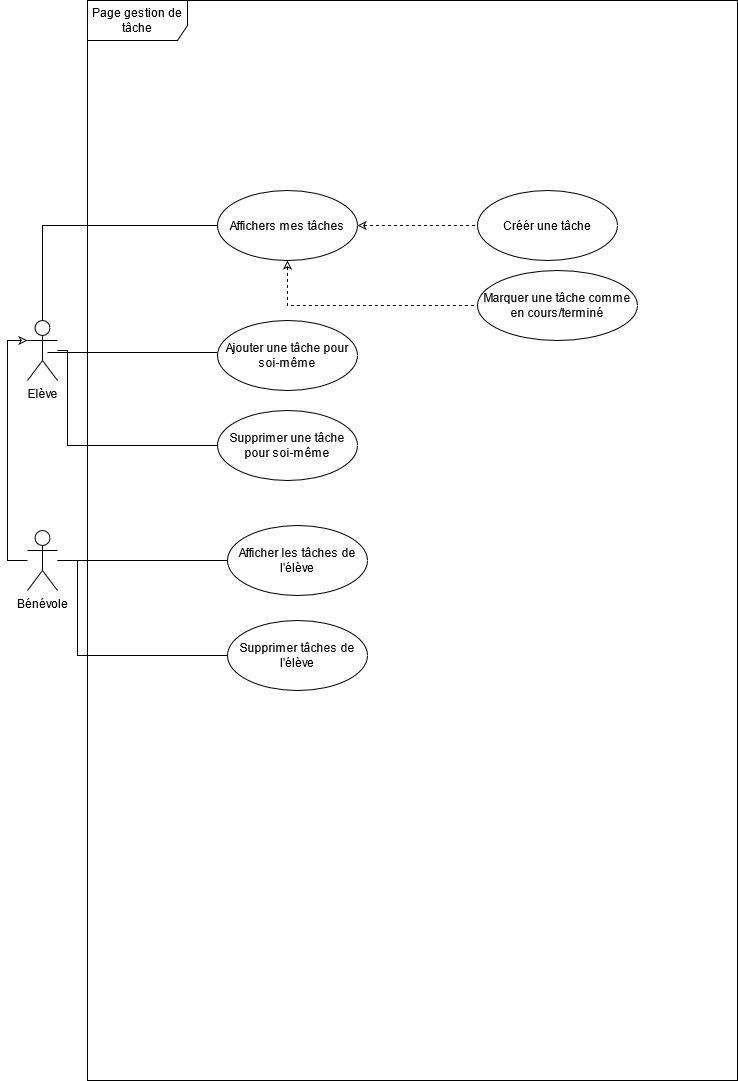
Earlier version of the draw.io export UML/uml_page_gestion_de_tache.png (Dany-cm/P3_Designez_une_application). Source tidied: cells renumbered, new cells last; positions are measured from the earlier drawing's top-left corner, leaving out a move shared by most shapes. Source of this version:
```xml
<mxGraphModel>
  <root>
    <mxCell id="0" />
    <mxCell id="1" parent="0" />
    <mxCell id="2" style="edgeStyle=orthogonalEdgeStyle;rounded=0;sketch=0;jettySize=auto;html=1;entryX=0;entryY=0.5;entryDx=0;entryDy=0;endArrow=none;endFill=0;" parent="1" edge="1" source="4" target="10">
      <mxGeometry relative="1" as="geometry">
        <Array as="points">
          <mxPoint x="35" y="225" />
        </Array>
      </mxGeometry>
    </mxCell>
    <mxCell id="3" style="edgeStyle=orthogonalEdgeStyle;rounded=0;sketch=0;jettySize=auto;html=1;entryX=0;entryY=0.5;entryDx=0;entryDy=0;endArrow=none;endFill=0;" parent="1" edge="1" source="4" target="16">
      <mxGeometry relative="1" as="geometry">
        <Array as="points">
          <mxPoint x="60" y="350" />
          <mxPoint x="60" y="445" />
        </Array>
      </mxGeometry>
    </mxCell>
    <mxCell id="4" value="Elève" style="shape=umlActor;verticalLabelPosition=bottom;verticalAlign=top;html=1;" parent="1" vertex="1">
      <mxGeometry x="20" y="320" width="30" height="60" as="geometry" />
    </mxCell>
    <mxCell id="5" value="Page gestion de tâche" style="shape=umlFrame;whiteSpace=wrap;html=1;width=100;height=40;" parent="1" vertex="1">
      <mxGeometry x="80" width="650" height="1080" as="geometry" />
    </mxCell>
    <mxCell id="6" value="Ajouter une tâche pour soi-même" style="ellipse;whiteSpace=wrap;html=1;" parent="1" vertex="1">
      <mxGeometry x="210" y="320" width="140" height="70" as="geometry" />
    </mxCell>
    <mxCell id="7" style="line;strokeWidth=1;fillColor=none;align=left;verticalAlign=middle;spacingTop=-1;spacingLeft=3;spacingRight=3;labelPosition=right;" parent="1" vertex="1">
      <mxGeometry x="40" y="350" width="170" height="4" as="geometry" />
    </mxCell>
    <mxCell id="8" style="edgeStyle=orthogonalEdgeStyle;rounded=0;sketch=0;jettySize=auto;html=1;dashed=1;startArrow=classic;startFill=0;endArrow=none;endFill=0;" parent="1" edge="1" source="10" target="18">
      <mxGeometry relative="1" as="geometry" />
    </mxCell>
    <mxCell id="9" style="edgeStyle=orthogonalEdgeStyle;rounded=0;sketch=0;jettySize=auto;html=1;entryX=0;entryY=0.5;entryDx=0;entryDy=0;dashed=1;startArrow=classic;startFill=0;endArrow=none;endFill=0;" parent="1" edge="1" source="10" target="19">
      <mxGeometry relative="1" as="geometry">
        <Array as="points">
          <mxPoint x="280" y="305" />
        </Array>
      </mxGeometry>
    </mxCell>
    <mxCell id="10" value="Affichers mes tâches" style="ellipse;whiteSpace=wrap;html=1;" parent="1" vertex="1">
      <mxGeometry x="210" y="190" width="140" height="70" as="geometry" />
    </mxCell>
    <mxCell id="11" value="Afficher les tâches de l'élève" style="ellipse;whiteSpace=wrap;html=1;" parent="1" vertex="1">
      <mxGeometry x="220" y="525" width="140" height="70" as="geometry" />
    </mxCell>
    <mxCell id="12" style="edgeStyle=orthogonalEdgeStyle;rounded=0;sketch=0;jettySize=auto;html=1;entryX=0;entryY=0.3333333333333333;entryDx=0;entryDy=0;entryPerimeter=0;endArrow=classic;endFill=0;" parent="1" edge="1" source="15" target="4">
      <mxGeometry relative="1" as="geometry">
        <Array as="points">
          <mxPoint y="560" />
          <mxPoint y="340" />
        </Array>
      </mxGeometry>
    </mxCell>
    <mxCell id="13" style="edgeStyle=orthogonalEdgeStyle;rounded=0;sketch=0;jettySize=auto;html=1;endArrow=none;endFill=0;" parent="1" edge="1" source="15" target="11">
      <mxGeometry relative="1" as="geometry" />
    </mxCell>
    <mxCell id="14" style="edgeStyle=orthogonalEdgeStyle;rounded=0;sketch=0;jettySize=auto;html=1;entryX=0;entryY=0.5;entryDx=0;entryDy=0;endArrow=none;endFill=0;" parent="1" edge="1" source="15" target="17">
      <mxGeometry relative="1" as="geometry">
        <Array as="points">
          <mxPoint x="70" y="560" />
          <mxPoint x="70" y="655" />
        </Array>
      </mxGeometry>
    </mxCell>
    <mxCell id="15" value="Bénévole" style="shape=umlActor;verticalLabelPosition=bottom;verticalAlign=top;html=1;" parent="1" vertex="1">
      <mxGeometry x="20" y="530" width="30" height="60" as="geometry" />
    </mxCell>
    <mxCell id="16" value="Supprimer une tâche pour soi-même" style="ellipse;whiteSpace=wrap;html=1;" parent="1" vertex="1">
      <mxGeometry x="210" y="410" width="140" height="70" as="geometry" />
    </mxCell>
    <mxCell id="17" value="Supprimer tâches de l'élève" style="ellipse;whiteSpace=wrap;html=1;" parent="1" vertex="1">
      <mxGeometry x="220" y="620" width="140" height="70" as="geometry" />
    </mxCell>
    <mxCell id="18" value="Créér une tâche" style="ellipse;whiteSpace=wrap;html=1;" parent="1" vertex="1">
      <mxGeometry x="470" y="190" width="140" height="70" as="geometry" />
    </mxCell>
    <mxCell id="19" value="Marquer une tâche comme en cours/terminé" style="ellipse;whiteSpace=wrap;html=1;" parent="1" vertex="1">
      <mxGeometry x="470" y="270" width="160" height="70" as="geometry" />
    </mxCell>
  </root>
</mxGraphModel>
```
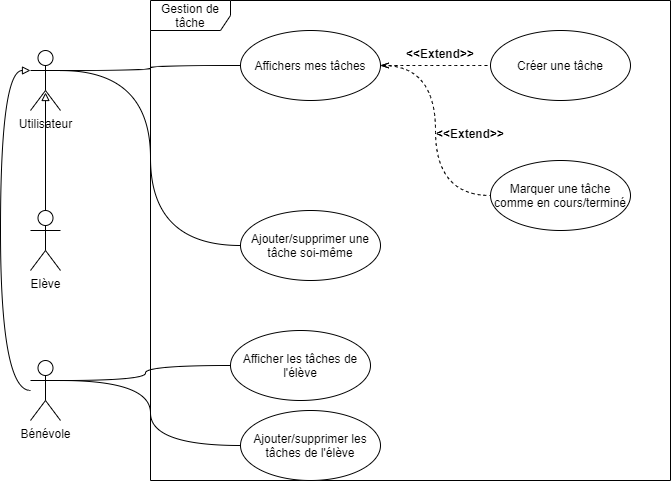
After the change.

The edit, as a diff of the source:
```diff
@@ -2,82 +2,70 @@
   <root>
     <mxCell id="0" />
     <mxCell id="1" parent="0" />
-    <mxCell id="2" style="edgeStyle=orthogonalEdgeStyle;rounded=0;sketch=0;jettySize=auto;html=1;entryX=0;entryY=0.5;entryDx=0;entryDy=0;endArrow=none;endFill=0;" parent="1" edge="1" source="4" target="10">
-      <mxGeometry relative="1" as="geometry">
-        <Array as="points">
-          <mxPoint x="35" y="225" />
-        </Array>
-      </mxGeometry>
-    </mxCell>
-    <mxCell id="3" style="edgeStyle=orthogonalEdgeStyle;rounded=0;sketch=0;jettySize=auto;html=1;entryX=0;entryY=0.5;entryDx=0;entryDy=0;endArrow=none;endFill=0;" parent="1" edge="1" source="4" target="16">
-      <mxGeometry relative="1" as="geometry">
-        <Array as="points">
-          <mxPoint x="60" y="350" />
-          <mxPoint x="60" y="445" />
-        </Array>
-      </mxGeometry>
-    </mxCell>
+    <mxCell id="20" value="Utilisateur" style="shape=umlActor;verticalLabelPosition=bottom;verticalAlign=top;html=1;" parent="1" vertex="1">
+      <mxGeometry y="270" width="30" height="60" as="geometry" />
+    </mxCell>
+    <mxCell id="21" style="edgeStyle=orthogonalEdgeStyle;curved=1;jettySize=auto;html=1;entryX=0.5;entryY=0.7;entryDx=0;entryDy=0;entryPerimeter=0;endArrow=block;endFill=0;" parent="1" edge="1" source="4" target="20">
+      <mxGeometry relative="1" as="geometry" />
+    </mxCell>
     <mxCell id="4" value="Elève" style="shape=umlActor;verticalLabelPosition=bottom;verticalAlign=top;html=1;" parent="1" vertex="1">
-      <mxGeometry x="20" y="320" width="30" height="60" as="geometry" />
+      <mxGeometry y="430" width="30" height="60" as="geometry" />
     </mxCell>
-    <mxCell id="5" value="Page gestion de tâche" style="shape=umlFrame;whiteSpace=wrap;html=1;width=100;height=40;" parent="1" vertex="1">
-      <mxGeometry x="80" width="650" height="1080" as="geometry" />
-    </mxCell>
-    <mxCell id="6" value="Ajouter une tâche pour soi-même" style="ellipse;whiteSpace=wrap;html=1;" parent="1" vertex="1">
-      <mxGeometry x="210" y="320" width="140" height="70" as="geometry" />
-    </mxCell>
-    <mxCell id="7" style="line;strokeWidth=1;fillColor=none;align=left;verticalAlign=middle;spacingTop=-1;spacingLeft=3;spacingRight=3;labelPosition=right;" parent="1" vertex="1">
-      <mxGeometry x="40" y="350" width="170" height="4" as="geometry" />
-    </mxCell>
-    <mxCell id="8" style="edgeStyle=orthogonalEdgeStyle;rounded=0;sketch=0;jettySize=auto;html=1;dashed=1;startArrow=classic;startFill=0;endArrow=none;endFill=0;" parent="1" edge="1" source="10" target="18">
-      <mxGeometry relative="1" as="geometry" />
-    </mxCell>
+    <mxCell id="22" style="edgeStyle=orthogonalEdgeStyle;curved=1;jettySize=auto;html=1;entryX=0;entryY=0.3333333333333333;entryDx=0;entryDy=0;entryPerimeter=0;endArrow=block;endFill=0;" parent="1" edge="1" source="15" target="20">
+      <mxGeometry relative="1" as="geometry">
+        <Array as="points">
+          <mxPoint x="-30" y="610" />
+          <mxPoint x="-30" y="290" />
+        </Array>
+      </mxGeometry>
+    </mxCell>
+    <mxCell id="15" value="Bénévole" style="shape=umlActor;verticalLabelPosition=bottom;verticalAlign=top;html=1;" parent="1" vertex="1">
+      <mxGeometry y="580" width="30" height="60" as="geometry" />
+    </mxCell>
+    <mxCell id="23" value="Gestion de tâche" style="shape=umlFrame;whiteSpace=wrap;html=1;width=80;height=30;" parent="1" vertex="1">
+      <mxGeometry x="120" y="220" width="520" height="480" as="geometry" />
+    </mxCell>
+    <mxCell id="24" style="edgeStyle=orthogonalEdgeStyle;curved=1;jettySize=auto;html=1;entryX=1;entryY=0.3333333333333333;entryDx=0;entryDy=0;entryPerimeter=0;startArrow=none;startFill=0;endArrow=none;endFill=0;" parent="1" edge="1" source="25" target="20">
+      <mxGeometry relative="1" as="geometry" />
+    </mxCell>
+    <mxCell id="25" value="Ajouter/supprimer une tâche soi-même" style="ellipse;whiteSpace=wrap;html=1;" parent="1" vertex="1">
+      <mxGeometry x="210" y="430" width="140" height="70" as="geometry" />
+    </mxCell>
+    <mxCell id="26" style="edgeStyle=orthogonalEdgeStyle;curved=1;jettySize=auto;html=1;entryX=1;entryY=0.3333333333333333;entryDx=0;entryDy=0;entryPerimeter=0;startArrow=none;startFill=0;endArrow=none;endFill=0;" parent="1" edge="1" source="10" target="20">
+      <mxGeometry relative="1" as="geometry" />
+    </mxCell>
+    <mxCell id="27" style="edgeStyle=orthogonalEdgeStyle;curved=1;jettySize=auto;html=1;startArrow=openThin;startFill=0;endArrow=none;endFill=0;dashed=1;" parent="1" edge="1" source="10" target="31">
+      <mxGeometry relative="1" as="geometry" />
+    </mxCell>
-    <mxCell id="9" style="edgeStyle=orthogonalEdgeStyle;rounded=0;sketch=0;jettySize=auto;html=1;entryX=0;entryY=0.5;entryDx=0;entryDy=0;dashed=1;startArrow=classic;startFill=0;endArrow=none;endFill=0;" parent="1" edge="1" source="10" target="19">
-      <mxGeometry relative="1" as="geometry">
-        <Array as="points">
-          <mxPoint x="280" y="305" />
-        </Array>
-      </mxGeometry>
+    <mxCell id="9" style="edgeStyle=orthogonalEdgeStyle;curved=1;jettySize=auto;html=1;entryX=0;entryY=0.5;entryDx=0;entryDy=0;startArrow=openThin;startFill=0;endArrow=none;endFill=0;dashed=1;" parent="1" edge="1" source="10" target="19">
+      <mxGeometry relative="1" as="geometry" />
     </mxCell>
     <mxCell id="10" value="Affichers mes tâches" style="ellipse;whiteSpace=wrap;html=1;" parent="1" vertex="1">
-      <mxGeometry x="210" y="190" width="140" height="70" as="geometry" />
+      <mxGeometry x="210" y="250" width="140" height="70" as="geometry" />
     </mxCell>
+    <mxCell id="28" style="edgeStyle=orthogonalEdgeStyle;curved=1;jettySize=auto;html=1;entryX=1;entryY=0.3333333333333333;entryDx=0;entryDy=0;entryPerimeter=0;startArrow=none;startFill=0;endArrow=none;endFill=0;" parent="1" edge="1" source="29" target="15">
+      <mxGeometry relative="1" as="geometry" />
+    </mxCell>
+    <mxCell id="29" value="Ajouter/supprimer les tâches de l'élève" style="ellipse;whiteSpace=wrap;html=1;" parent="1" vertex="1">
+      <mxGeometry x="210" y="630" width="140" height="70" as="geometry" />
+    </mxCell>
+    <mxCell id="30" style="edgeStyle=orthogonalEdgeStyle;curved=1;jettySize=auto;html=1;entryX=1;entryY=0.3333333333333333;entryDx=0;entryDy=0;entryPerimeter=0;startArrow=none;startFill=0;endArrow=none;endFill=0;" parent="1" edge="1" source="11" target="15">
+      <mxGeometry relative="1" as="geometry" />
+    </mxCell>
     <mxCell id="11" value="Afficher les tâches de l'élève" style="ellipse;whiteSpace=wrap;html=1;" parent="1" vertex="1">
-      <mxGeometry x="220" y="525" width="140" height="70" as="geometry" />
+      <mxGeometry x="200" y="550" width="140" height="70" as="geometry" />
     </mxCell>
-    <mxCell id="12" style="edgeStyle=orthogonalEdgeStyle;rounded=0;sketch=0;jettySize=auto;html=1;entryX=0;entryY=0.3333333333333333;entryDx=0;entryDy=0;entryPerimeter=0;endArrow=classic;endFill=0;" parent="1" edge="1" source="15" target="4">
-      <mxGeometry relative="1" as="geometry">
-        <Array as="points">
-          <mxPoint y="560" />
-          <mxPoint y="340" />
-        </Array>
-      </mxGeometry>
-    </mxCell>
-    <mxCell id="13" style="edgeStyle=orthogonalEdgeStyle;rounded=0;sketch=0;jettySize=auto;html=1;endArrow=none;endFill=0;" parent="1" edge="1" source="15" target="11">
-      <mxGeometry relative="1" as="geometry" />
-    </mxCell>
-    <mxCell id="14" style="edgeStyle=orthogonalEdgeStyle;rounded=0;sketch=0;jettySize=auto;html=1;entryX=0;entryY=0.5;entryDx=0;entryDy=0;endArrow=none;endFill=0;" parent="1" edge="1" source="15" target="17">
-      <mxGeometry relative="1" as="geometry">
-        <Array as="points">
-          <mxPoint x="70" y="560" />
-          <mxPoint x="70" y="655" />
-        </Array>
-      </mxGeometry>
-    </mxCell>
-    <mxCell id="15" value="Bénévole" style="shape=umlActor;verticalLabelPosition=bottom;verticalAlign=top;html=1;" parent="1" vertex="1">
-      <mxGeometry x="20" y="530" width="30" height="60" as="geometry" />
-    </mxCell>
-    <mxCell id="16" value="Supprimer une tâche pour soi-même" style="ellipse;whiteSpace=wrap;html=1;" parent="1" vertex="1">
-      <mxGeometry x="210" y="410" width="140" height="70" as="geometry" />
-    </mxCell>
-    <mxCell id="17" value="Supprimer tâches de l'élève" style="ellipse;whiteSpace=wrap;html=1;" parent="1" vertex="1">
-      <mxGeometry x="220" y="620" width="140" height="70" as="geometry" />
-    </mxCell>
-    <mxCell id="18" value="Créér une tâche" style="ellipse;whiteSpace=wrap;html=1;" parent="1" vertex="1">
-      <mxGeometry x="470" y="190" width="140" height="70" as="geometry" />
-    </mxCell>
+    <mxCell id="31" value="Créer une tâche" style="ellipse;whiteSpace=wrap;html=1;" parent="1" vertex="1">
+      <mxGeometry x="460" y="250" width="140" height="70" as="geometry" />
+    </mxCell>
     <mxCell id="19" value="Marquer une tâche comme en cours/terminé" style="ellipse;whiteSpace=wrap;html=1;" parent="1" vertex="1">
-      <mxGeometry x="470" y="270" width="160" height="70" as="geometry" />
+      <mxGeometry x="460" y="380" width="140" height="70" as="geometry" />
     </mxCell>
+    <mxCell id="32" value="&lt;&lt;Extend&gt;&gt;" style="text;align=center;fontStyle=1;verticalAlign=middle;spacingLeft=3;spacingRight=3;strokeColor=none;" parent="1" vertex="1">
+      <mxGeometry x="400" y="340" width="80" height="26" as="geometry" />
+    </mxCell>
+    <mxCell id="33" value="&lt;&lt;Extend&gt;&gt;" style="text;align=center;fontStyle=1;verticalAlign=middle;spacingLeft=3;spacingRight=3;strokeColor=none;" parent="1" vertex="1">
+      <mxGeometry x="370" y="260" width="80" height="26" as="geometry" />
+    </mxCell>
   </root>
 </mxGraphModel>
```
